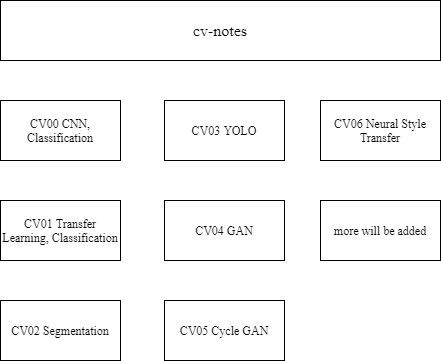
This is .github/cv-notes.png from rubycho/cv-notes, a draw.io export, as it was before one commit. Source tidied: cells renumbered, new cells last; positions are measured from the earlier drawing's top-left corner, leaving out a move shared by most shapes.
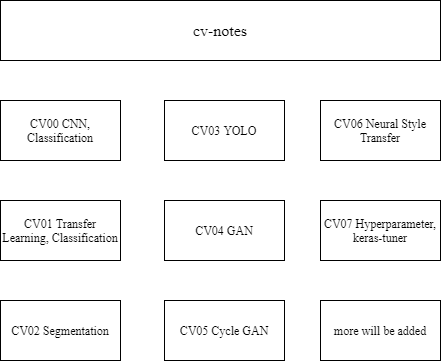
The same file after the commit.

Change to the diagram source:
```diff
@@ -26,8 +26,11 @@
     <mxCell id="9" value="CV06 Neural Style Transfer" style="rounded=0;whiteSpace=wrap;html=1;fontFamily=Times New Roman;" parent="1" vertex="1">
       <mxGeometry x="320" y="100" width="120" height="60" as="geometry" />
     </mxCell>
-    <mxCell id="10" value="more will be added" style="rounded=0;whiteSpace=wrap;html=1;fontFamily=Times New Roman;" parent="1" vertex="1">
+    <mxCell id="10" value="CV07 Hyperparameter, keras-tuner" style="rounded=0;whiteSpace=wrap;html=1;fontFamily=Times New Roman;" parent="1" vertex="1">
       <mxGeometry x="320" y="200" width="120" height="60" as="geometry" />
     </mxCell>
+    <mxCell id="11" value="more will be added" style="rounded=0;whiteSpace=wrap;html=1;fontFamily=Times New Roman;" parent="1" vertex="1">
+      <mxGeometry x="320" y="300" width="120" height="60" as="geometry" />
+    </mxCell>
   </root>
 </mxGraphModel>
```
